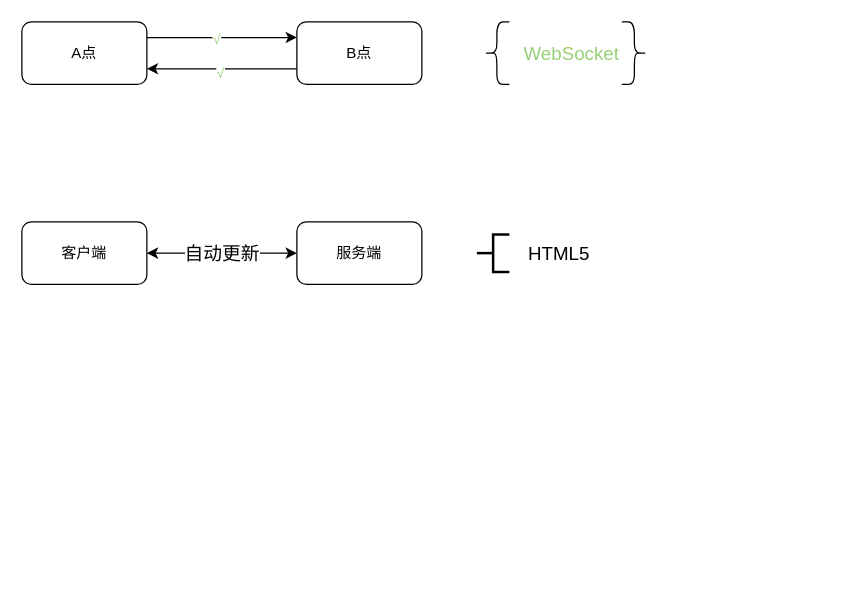
Above: Untitled Diagram.drawio in Ekko306/diagrams.net (draw.io), before the change. Source tidied: cells renumbered, new cells numbered last; positions are measured from the earlier drawing's top-left corner, leaving out a move shared by most shapes. Both pictures are drawn from the tidied source at 125%, with x=0, y=0 at pixel (21, 21).
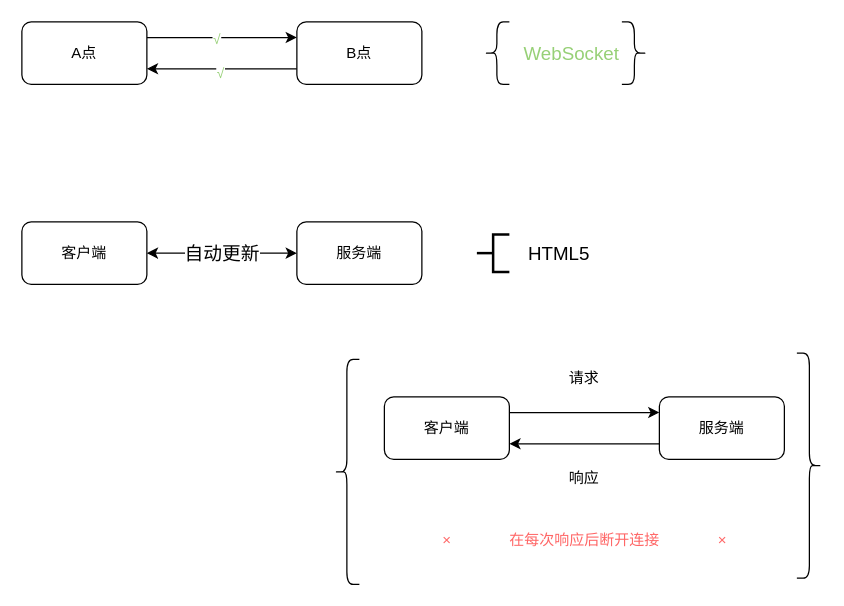
Above is the later version.

Change to the diagram source:
```diff
@@
+    <mxCell id="17" style="edgeStyle=orthogonalEdgeStyle;rounded=0;jettySize=auto;html=1;exitX=1;exitY=0.25;exitDx=0;exitDy=0;entryX=0;entryY=0.25;entryDx=0;entryDy=0;" parent="1" edge="1" source="18" target="20">
+      <mxGeometry relative="1" as="geometry" />
+    </mxCell>
+    <mxCell id="18" value="客户端" style="rounded=1;whiteSpace=wrap;html=1;" parent="1" vertex="1">
+      <mxGeometry x="290" y="300" width="100" height="50" as="geometry" />
+    </mxCell>
+    <mxCell id="19" style="edgeStyle=orthogonalEdgeStyle;rounded=0;jettySize=auto;html=1;exitX=0;exitY=0.75;exitDx=0;exitDy=0;entryX=1;entryY=0.75;entryDx=0;entryDy=0;" parent="1" edge="1" source="20" target="18">
+      <mxGeometry relative="1" as="geometry" />
+    </mxCell>
+    <mxCell id="20" value="服务端" style="rounded=1;whiteSpace=wrap;html=1;" parent="1" vertex="1">
+      <mxGeometry x="510" y="300" width="100" height="50" as="geometry" />
+    </mxCell>
+    <mxCell id="21" value="请求" style="text;html=1;strokeColor=none;fillColor=none;align=center;verticalAlign=middle;whiteSpace=wrap;rounded=0;" parent="1" vertex="1">
+      <mxGeometry x="420" y="270" width="60" height="30" as="geometry" />
+    </mxCell>
+    <mxCell id="22" value="响应" style="text;html=1;strokeColor=none;fillColor=none;align=center;verticalAlign=middle;whiteSpace=wrap;rounded=0;" parent="1" vertex="1">
+      <mxGeometry x="420" y="350" width="60" height="30" as="geometry" />
+    </mxCell>
+    <mxCell id="23" style="shape=curlyBracket;whiteSpace=wrap;html=1;rounded=1;fontColor=#97D077;size=0.5;" parent="1" vertex="1">
+      <mxGeometry x="250" y="270" width="20" height="180" as="geometry" />
+    </mxCell>
+    <mxCell id="24" style="shape=curlyBracket;whiteSpace=wrap;html=1;rounded=1;flipH=1;fontColor=#97D077;" parent="1" vertex="1">
+      <mxGeometry x="620" y="265" width="20" height="180" as="geometry" />
+    </mxCell>
+    <mxCell id="25" value="×&amp;nbsp; &amp;nbsp; &amp;nbsp; &amp;nbsp; &amp;nbsp; &amp;nbsp; &amp;nbsp; 在每次响应后断开连接&amp;nbsp; &amp;nbsp; &amp;nbsp; &amp;nbsp; &amp;nbsp; &amp;nbsp; &amp;nbsp;&amp;nbsp;×" style="text;html=1;strokeColor=none;fillColor=none;align=center;verticalAlign=middle;whiteSpace=wrap;rounded=0;fontColor=#FF6666;" parent="1" vertex="1">
+      <mxGeometry x="262.5" y="400" width="375" height="30" as="geometry" />
+    </mxCell>
```
